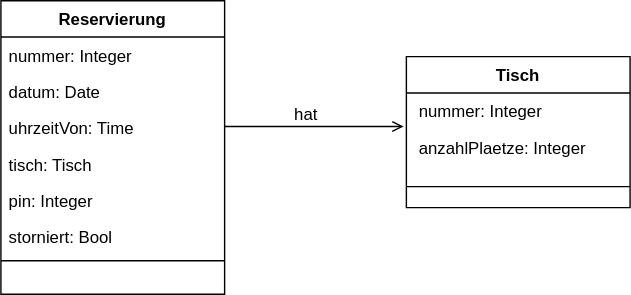
Above: diagramme/UML-Class.drawio.svg in gsoTH/tischreservierung (draw.io), before the change. Source tidied: cells renumbered, new cells last; positions are measured from the earlier drawing's top-left corner, leaving out a move shared by most shapes.
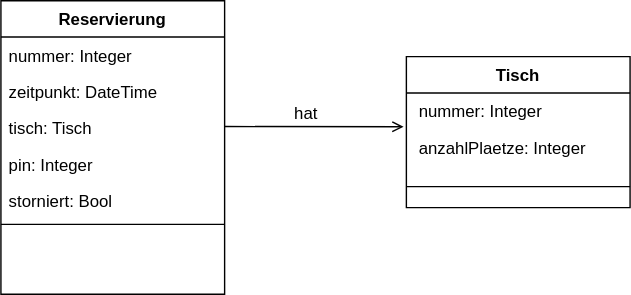
After the change.

Change to the diagram source:
```diff
@@ -20,23 +20,20 @@
     <mxCell id="7" value="nummer: Integer" style="text;align=left;verticalAlign=top;spacingLeft=4;spacingRight=4;overflow=hidden;rounded=0;shadow=0;html=0;" parent="6" vertex="1">
       <mxGeometry y="26" width="160" height="26" as="geometry" />
     </mxCell>
-    <mxCell id="8" value="datum: Date" style="text;align=left;verticalAlign=top;spacingLeft=4;spacingRight=4;overflow=hidden;" parent="6" vertex="1">
+    <mxCell id="8" value="zeitpunkt: DateTime" style="text;align=left;verticalAlign=top;spacingLeft=4;spacingRight=4;overflow=hidden;" parent="6" vertex="1">
       <mxGeometry y="52" width="160" height="26" as="geometry" />
     </mxCell>
-    <mxCell id="9" value="uhrzeitVon: Time" style="text;align=left;verticalAlign=top;spacingLeft=4;spacingRight=4;overflow=hidden;rounded=0;shadow=0;html=0;" parent="6" vertex="1">
-      <mxGeometry y="78" width="160" height="26" as="geometry" />
-    </mxCell>
     <mxCell id="10" value="tisch: Tisch" style="text;align=left;verticalAlign=top;spacingLeft=4;spacingRight=4;overflow=hidden;rounded=0;shadow=0;html=0;" parent="6" vertex="1">
-      <mxGeometry y="104" width="160" height="26" as="geometry" />
+      <mxGeometry y="78" width="160" height="26" as="geometry" />
     </mxCell>
     <mxCell id="11" value="pin: Integer" style="text;align=left;verticalAlign=top;spacingLeft=4;spacingRight=4;overflow=hidden;rounded=0;shadow=0;html=0;" parent="6" vertex="1">
-      <mxGeometry y="130" width="160" height="26" as="geometry" />
+      <mxGeometry y="104" width="160" height="26" as="geometry" />
     </mxCell>
     <mxCell id="12" value="storniert: Bool" style="text;align=left;verticalAlign=top;spacingLeft=4;spacingRight=4;overflow=hidden;rounded=0;shadow=0;html=0;" parent="6" vertex="1">
-      <mxGeometry y="156" width="160" height="26" as="geometry" />
+      <mxGeometry y="130" width="160" height="26" as="geometry" />
     </mxCell>
     <mxCell id="13" style="line;html=1;strokeWidth=1;align=left;verticalAlign=middle;spacingTop=-1;spacingLeft=3;spacingRight=3;labelPosition=right;" parent="6" vertex="1">
-      <mxGeometry y="182" width="160" height="8" as="geometry" />
+      <mxGeometry y="156" width="160" height="8" as="geometry" />
     </mxCell>
     <mxCell id="14" style="endArrow=open;shadow=0;strokeWidth=1;rounded=0;endFill=1;edgeStyle=elbowEdgeStyle;elbow=vertical;" parent="1" edge="1">
       <mxGeometry x="0.5" y="41" relative="1" as="geometry">
```
